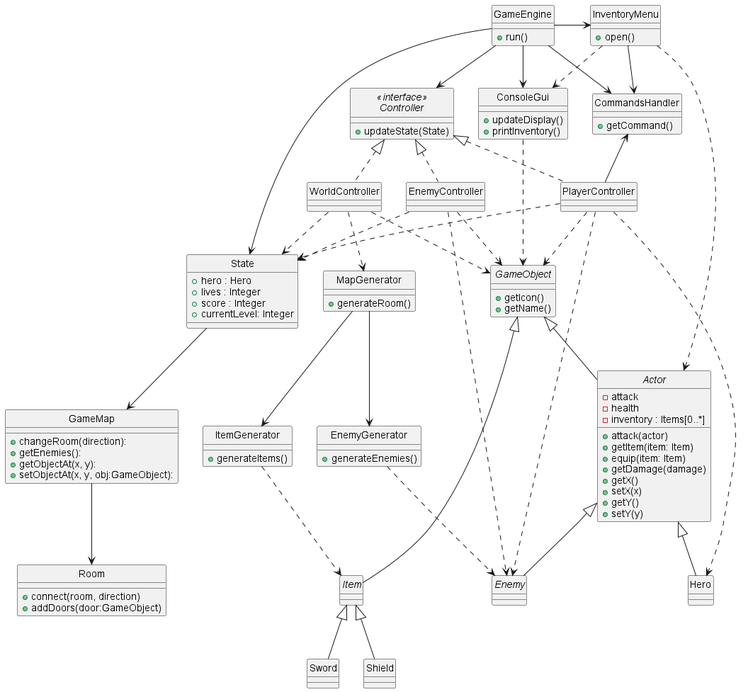
This is docs/class.png from capitanFlint129/Rougelike, a PlantUML export, as it was before one commit.
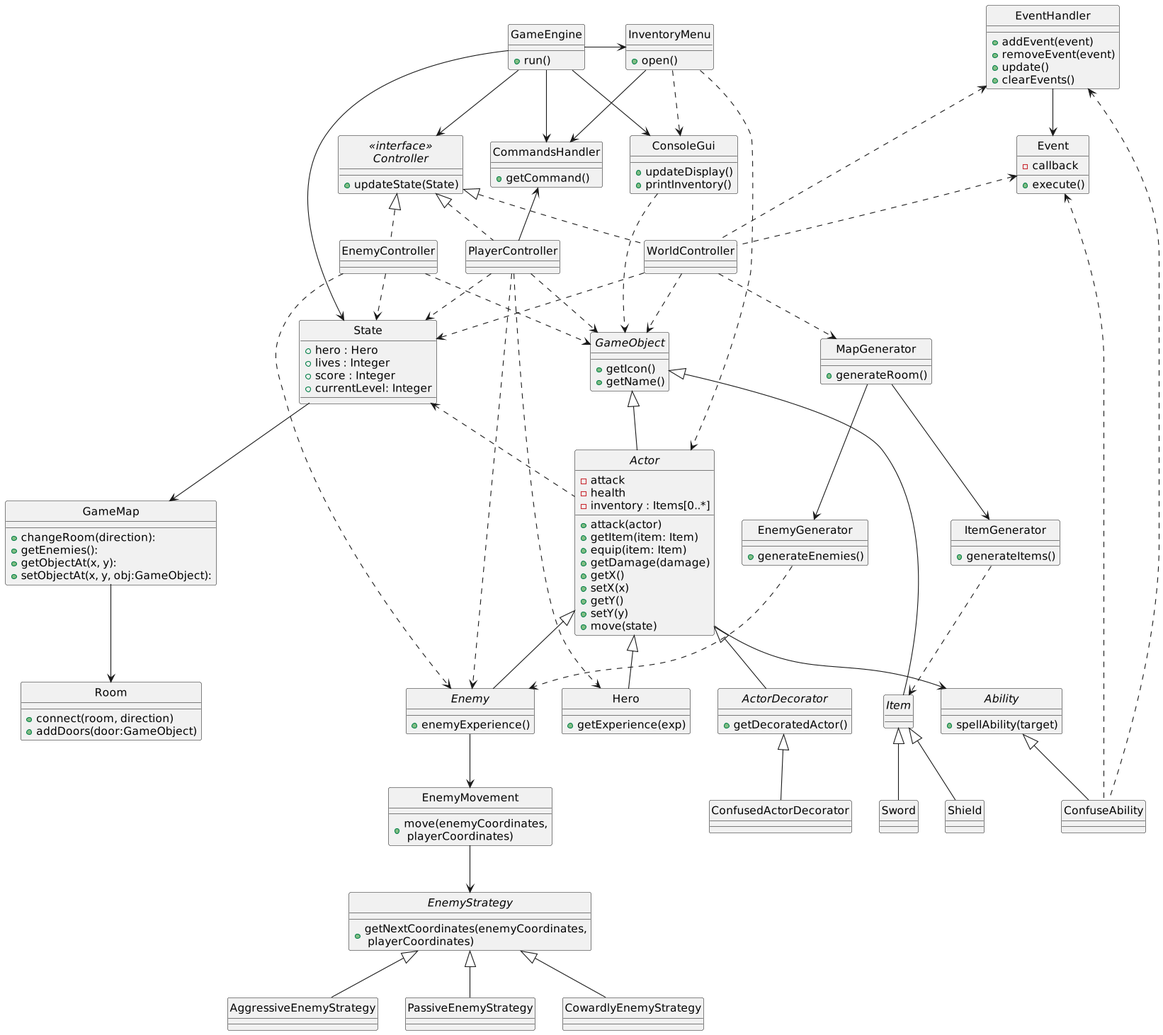
Above is the later version.

What changed in the source:
```diff
@@ -58,6 +58,7 @@
 +setX(x)
 +getY()
 +setY(y)
++move(state)
 }
 
 
@@ -97,11 +98,13 @@
 
 Actor <|-- Hero
 class Hero {
++getExperience(exp)
 }
 
 
 Actor <|-- Enemy
 abstract class Enemy {
++enemyExperience()
 }
 
 class State {
@@ -144,4 +147,69 @@
 +addDoors(door:GameObject)
 }
 
+State <.. Actor
+
+abstract class EnemyStrategy {
++getNextCoordinates(enemyCoordinates,\n playerCoordinates)
+}
+
+EnemyStrategy <|-- AggressiveEnemyStrategy
+EnemyStrategy <|-- PassiveEnemyStrategy
+EnemyStrategy <|-- CowardlyEnemyStrategy
+
+class AggressiveEnemyStrategy {
+}
+class PassiveEnemyStrategy {
+}
+class CowardlyEnemyStrategy {
+}
+
+class EnemyMovement {
++move(enemyCoordinates,\n playerCoordinates)
+}
+
+EnemyMovement --> EnemyStrategy
+Enemy --> EnemyMovement
+
+
+abstract class ActorDecorator {
++getDecoratedActor()
+}
+
+class ConfusedActorDecorator {
+}
+
+ Actor <|-- ActorDecorator
+ ActorDecorator <|-- ConfusedActorDecorator
+
+
+Actor --> Ability
+abstract class Ability {
++spellAbility(target)
+}
+
+class ConfuseAbility {
+}
+Event <.. ConfuseAbility
+EventHandler <.. ConfuseAbility
+
+Event <.. WorldController
+EventHandler <.. WorldController
+
+
+Ability <|-- ConfuseAbility
+
+class Event {
+-callback
++execute()
+}
+
+EventHandler --> Event
+class EventHandler {
++addEvent(event)
++removeEvent(event)
++update()
++clearEvents()
+}
+
 @enduml
```
